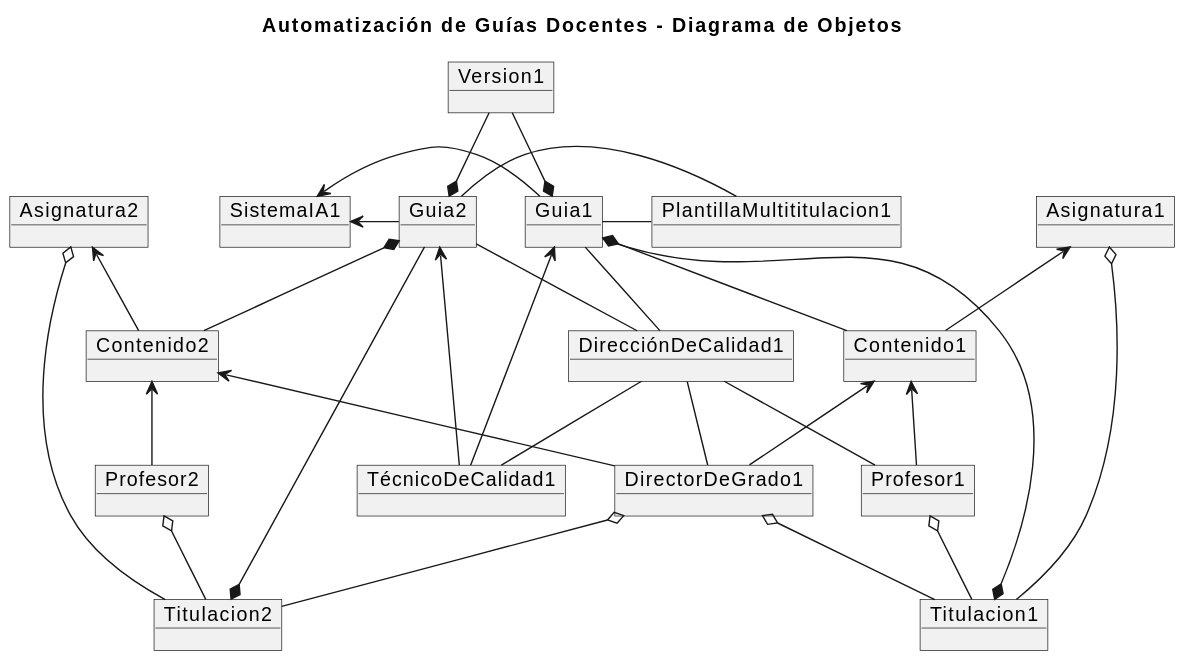
Before: images/modelosUML/DiagramaDeObjetos.svg, a diagram exported from PlantUML (mmasias/24-25-IdSw1-SDR).
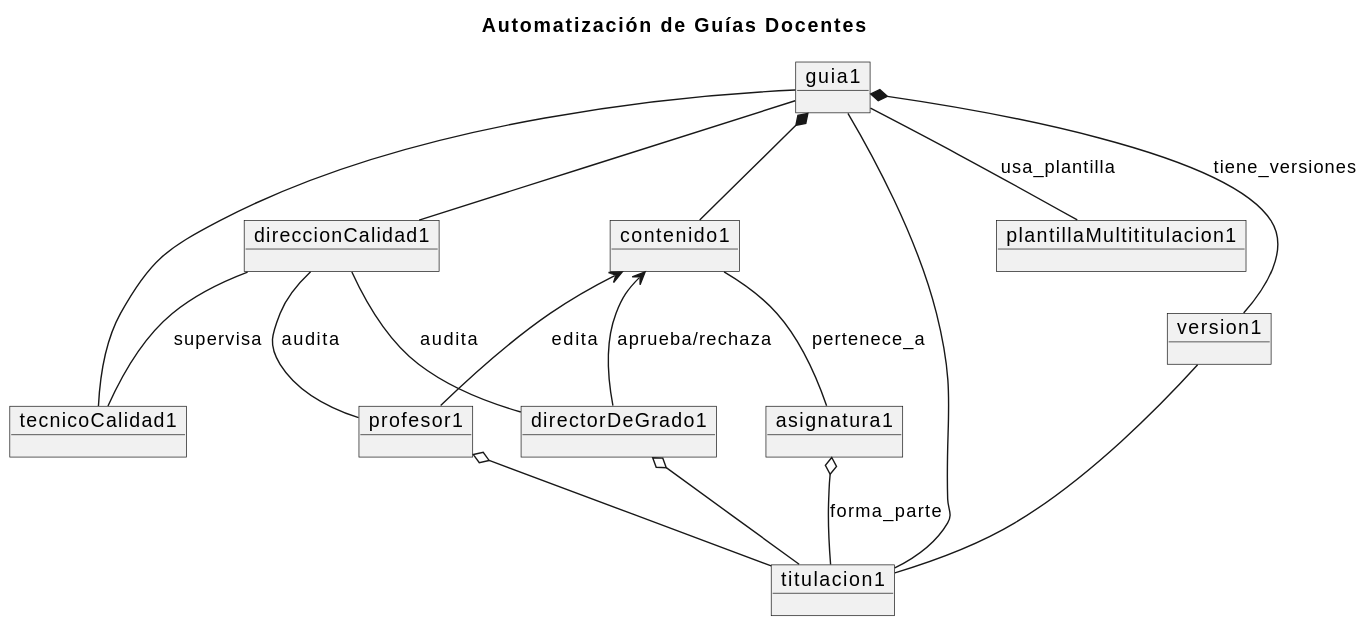
After the change.

Commit message:
Segunda iteracion diagrama de objetos

What changed in the source:
```diff
@@ -1,56 +1,35 @@
 @startuml
-title Automatización de Guías Docentes - Diagrama de Objetos
+title Automatización de Guías Docentes
 
-object Guia1
-object Guia2
-object Contenido1
-object Contenido2
-object Titulacion1
-object Titulacion2
-object Profesor1
-object Profesor2
-object DirectorDeGrado1
-object TécnicoDeCalidad1
-object DirecciónDeCalidad1
-object PlantillaMultititulacion1
-object SistemaIA1
-object Version1
-object Asignatura1
-object Asignatura2
+object guia1
+object direccionCalidad1
+object tecnicoCalidad1
+object profesor1
+object directorDeGrado1
+object contenido1
+object titulacion1
+object asignatura1
+object plantillaMultititulacion1
+object version1
 
-Guia1 -- DirecciónDeCalidad1
-Guia1 <-- TécnicoDeCalidad1
-Guia1 --* Titulacion1
-Guia1 *-- Contenido1
-Guia1 -right- PlantillaMultititulacion1
-Guia1 -left-> SistemaIA1
-Guia1 *-up- Version1
+guia1 -- direccionCalidad1
+guia1 -- tecnicoCalidad1
+guia1 -- titulacion1
+guia1 *-- contenido1
+guia1 -- plantillaMultititulacion1 : usa_plantilla
+guia1 *-- version1 : tiene_versiones
 
-DirecciónDeCalidad1 -- TécnicoDeCalidad1
-DirecciónDeCalidad1 -- Profesor1
-DirecciónDeCalidad1 -- DirectorDeGrado1
+direccionCalidad1 -- tecnicoCalidad1 : supervisa
+direccionCalidad1 -- profesor1 : audita
+direccionCalidad1 -- directorDeGrado1 : audita
 
-Profesor1 o-- Titulacion1
-DirectorDeGrado1 o-- Titulacion1
+profesor1 o-- titulacion1
+directorDeGrado1 o-- titulacion1
+version1 -- titulacion1
 
-Contenido1 <-- DirectorDeGrado1
-Contenido1 <-- Profesor1
-Asignatura1 <-- Contenido1
-Asignatura1 o-- Titulacion1
+contenido1 <-- directorDeGrado1 : aprueba/rechaza
+contenido1 <-- profesor1 : edita
 
-Guia2 -- DirecciónDeCalidad1
-Guia2 <-- TécnicoDeCalidad1
-Guia2 --* Titulacion2
-Guia2 *-- Contenido2
-Guia2 -right- PlantillaMultititulacion1
-Guia2 -left-> SistemaIA1
-Guia2 *-up- Version1
-
-Profesor2 o-- Titulacion2
-DirectorDeGrado1 o-- Titulacion2
-
-Contenido2 <-- DirectorDeGrado1
-Contenido2 <-- Profesor2
-Asignatura2 <-- Contenido2
-Asignatura2 o-- Titulacion2
+contenido1 -- asignatura1 : pertenece_a
+asignatura1 o-- titulacion1 : forma_parte
 @enduml
```
